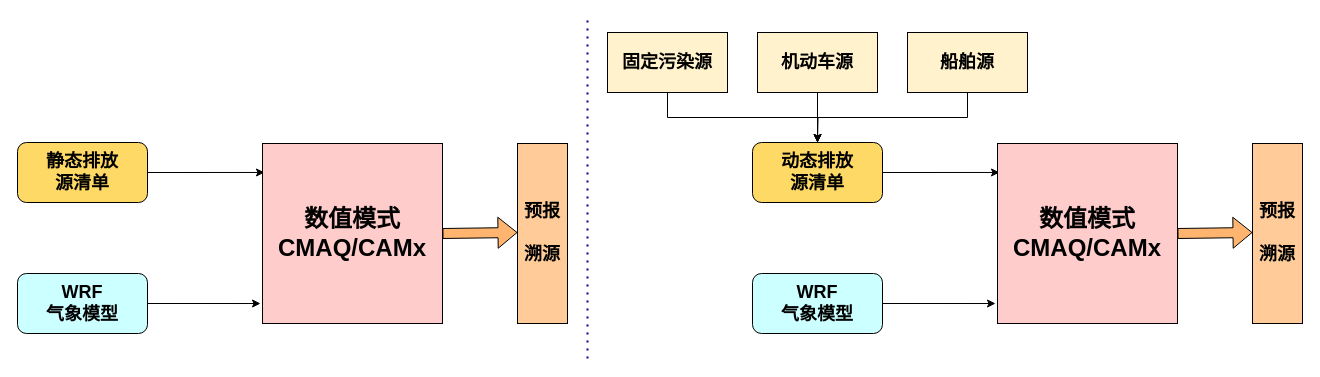
The draw.io diagram 两种源清单.drawio in WienWong/Misc, before the edit. Source tidied: cells renumbered, new cells numbered last; positions are measured from the earlier drawing's top-left corner, leaving out a move shared by most shapes. Both pictures are drawn from the tidied source at 100%, with x=0, y=0 at pixel (17, 18).
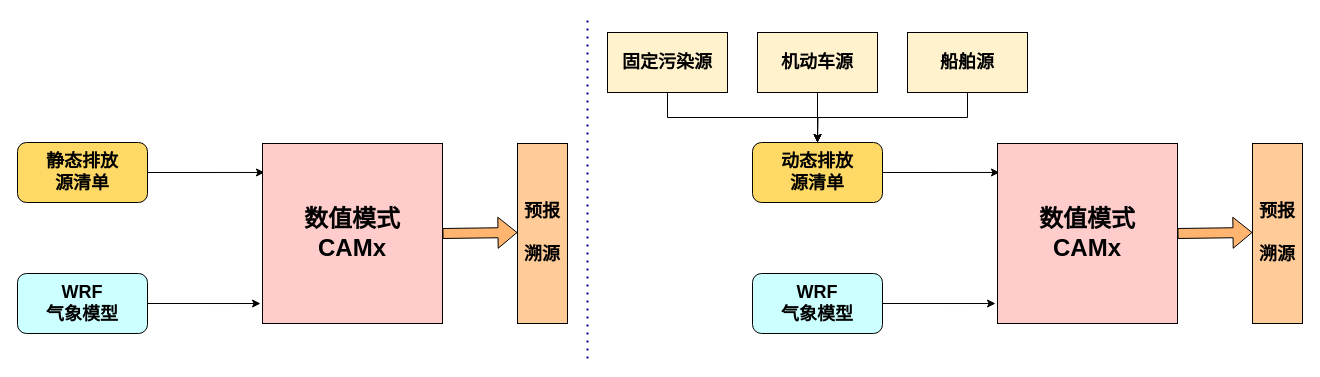
The same page after the edit.

Commit message:
Update 两种源清单.drawio

Diff of the diagram source:
```diff
@@
-    <mxCell id="6" value="&lt;font style=&quot;font-size: 24px&quot;&gt;&lt;b&gt;数值模式&lt;br&gt;CMAQ/CAMx&lt;/b&gt;&lt;/font&gt;" style="whiteSpace=wrap;html=1;fillColor=#FFCCCC;" parent="1" vertex="1">
+    <mxCell id="6" value="&lt;font style=&quot;font-size: 24px&quot;&gt;&lt;b&gt;数值模式&lt;br&gt;CAMx&lt;/b&gt;&lt;/font&gt;" style="whiteSpace=wrap;html=1;fillColor=#FFCCCC;" parent="1" vertex="1">
       <mxGeometry x="245" y="125" width="180" height="180" as="geometry" />
     </mxCell>
@@
-    <mxCell id="13" value="&lt;font style=&quot;font-size: 24px&quot;&gt;&lt;b&gt;数值模式&lt;br&gt;CMAQ/CAMx&lt;/b&gt;&lt;/font&gt;" style="whiteSpace=wrap;html=1;fillColor=#FFCCCC;" parent="1" vertex="1">
+    <mxCell id="13" value="&lt;font style=&quot;font-size: 24px&quot;&gt;&lt;b&gt;数值模式&lt;br&gt;CAMx&lt;/b&gt;&lt;/font&gt;" style="whiteSpace=wrap;html=1;fillColor=#FFCCCC;" parent="1" vertex="1">
       <mxGeometry x="980" y="125" width="180" height="180" as="geometry" />
     </mxCell>
```
